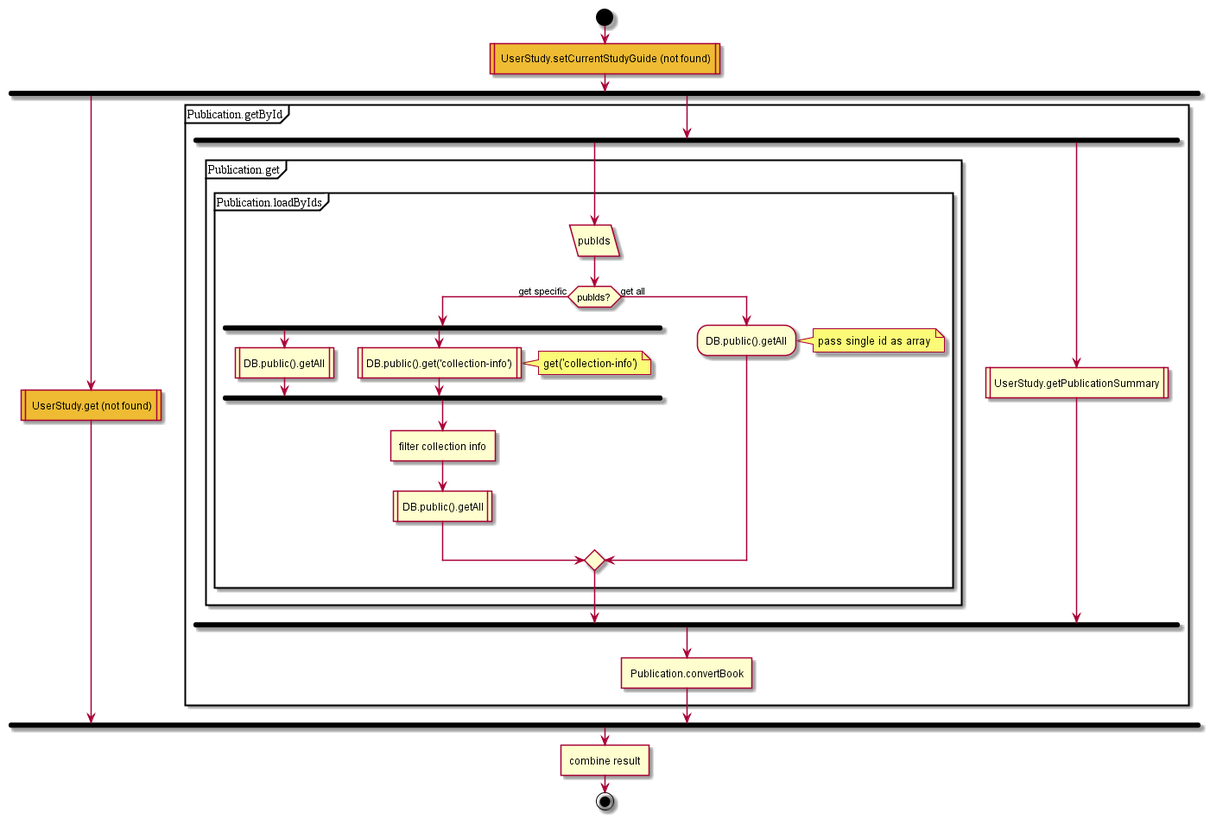
MaxXx1313/testwiki keeps this PlantUML diagram as test2/diagrams/Publication.POST.persistCurrentStudyGuide.png. Above is the earlier version.
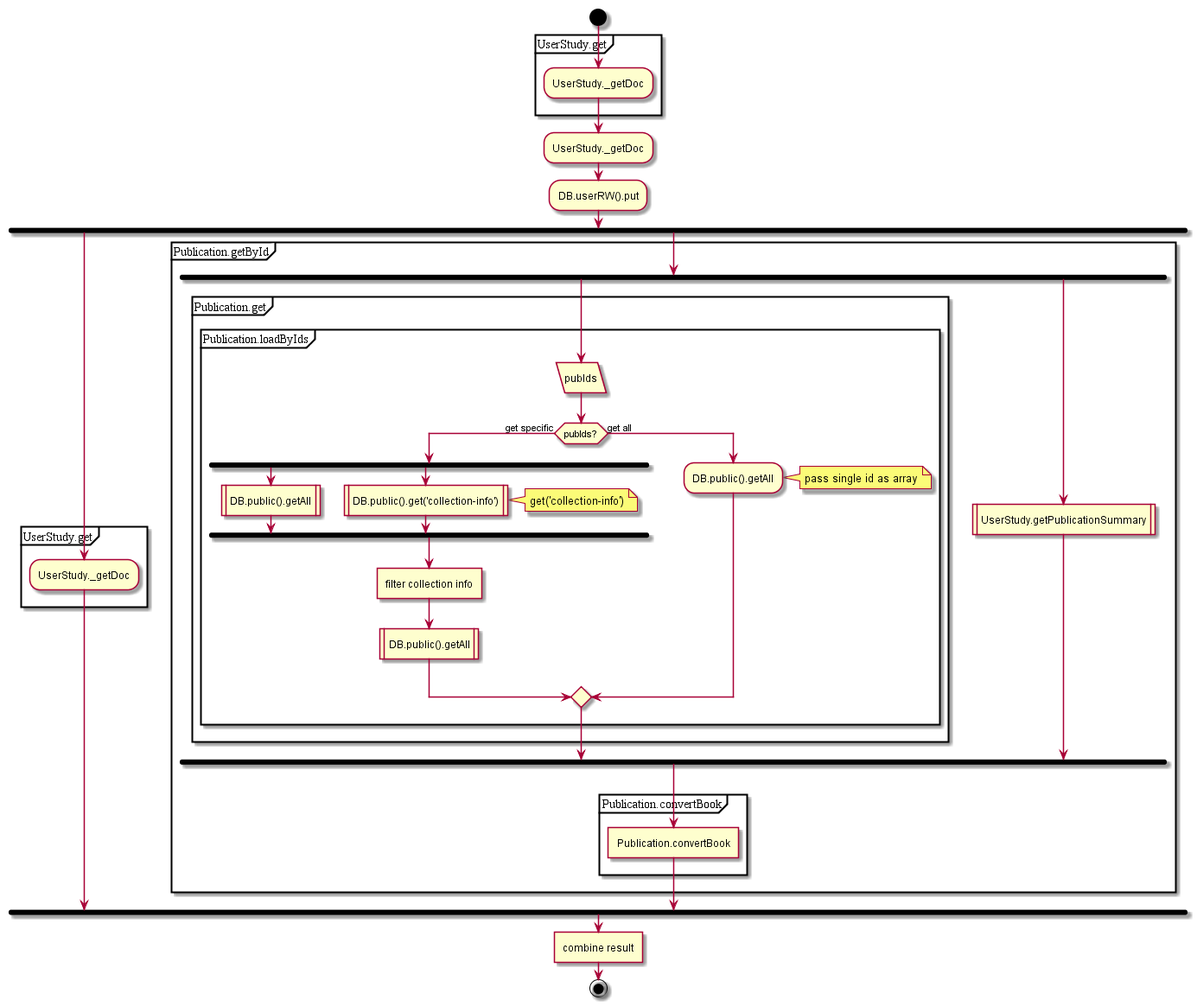
After the commit.

Diff of the diagram source:
```diff
@@ -1,8 +1,14 @@
 @startuml
 start
-#eebb33: UserStudy.setCurrentStudyGuide (not found)|
+partition UserStudy.get {
+:UserStudy._getDoc;
+}
+:UserStudy._getDoc;
+:DB.userRW().put;
 fork
-#eebb33: UserStudy.get (not found)|
+partition UserStudy.get {
+:UserStudy._getDoc;
+}
 fork again
 partition Publication.getById {
 fork
@@ -27,7 +33,9 @@
 fork again
 :UserStudy.getPublicationSummary|
 endfork;
+partition Publication.convertBook {
 :Publication.convertBook]
+}
 }
 end fork;
 :combine result]
```
